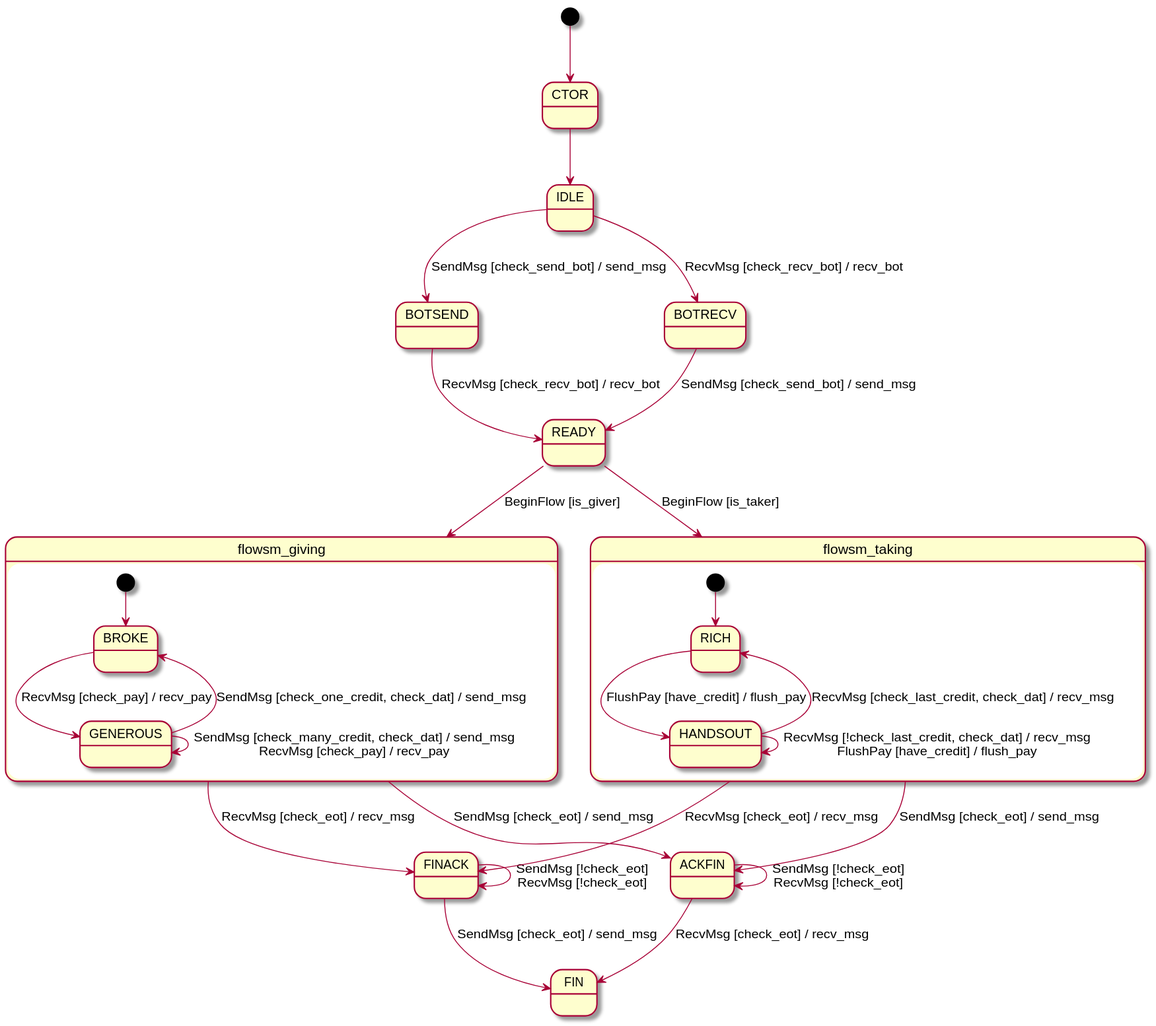
This is docs/flowsm.svg from brettviren/zio, a PlantUML export, as it was before one commit.
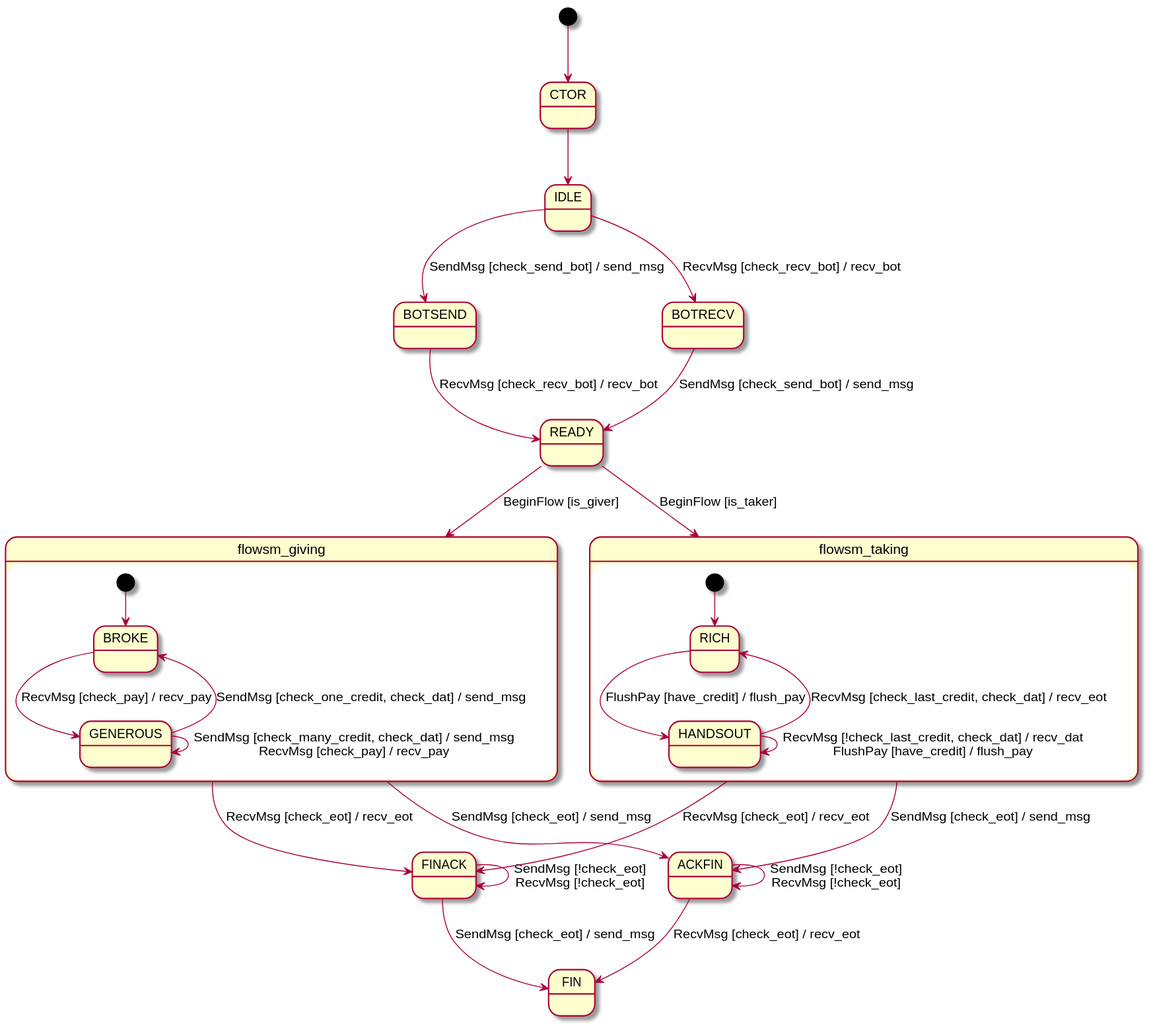
After the commit.

Change to the diagram source:
```diff
@@ -11,7 +11,7 @@
 FINACK --> FIN : SendMsg [check_eot] / send_msg
 
 ACKFIN --> ACKFIN : SendMsg [!check_eot]\nRecvMsg [!check_eot]
-ACKFIN --> FIN : RecvMsg [check_eot] / recv_msg
+ACKFIN --> FIN : RecvMsg [check_eot] / recv_eot
 
 
 READY --> flowsm_giving : BeginFlow [is_giver]
@@ -28,13 +28,13 @@
 state flowsm_taking {
 [*] --> RICH
 RICH --> HANDSOUT : FlushPay [have_credit] / flush_pay
-HANDSOUT --> RICH : RecvMsg [check_last_credit, check_dat] / recv_msg
-HANDSOUT --> HANDSOUT : RecvMsg [!check_last_credit, check_dat] / recv_msg\nFlushPay [have_credit] / flush_pay
+HANDSOUT --> RICH : RecvMsg [check_last_credit, check_dat] / recv_eot
+HANDSOUT --> HANDSOUT : RecvMsg [!check_last_credit, check_dat] / recv_dat\nFlushPay [have_credit] / flush_pay
 }
 
 flowsm_giving --> ACKFIN : SendMsg [check_eot] / send_msg
-flowsm_giving --> FINACK : RecvMsg [check_eot] / recv_msg
+flowsm_giving --> FINACK : RecvMsg [check_eot] / recv_eot
 flowsm_taking --> ACKFIN : SendMsg [check_eot] / send_msg
-flowsm_taking --> FINACK : RecvMsg [check_eot] / recv_msg
+flowsm_taking --> FINACK : RecvMsg [check_eot] / recv_eot
 
 @enduml
```
